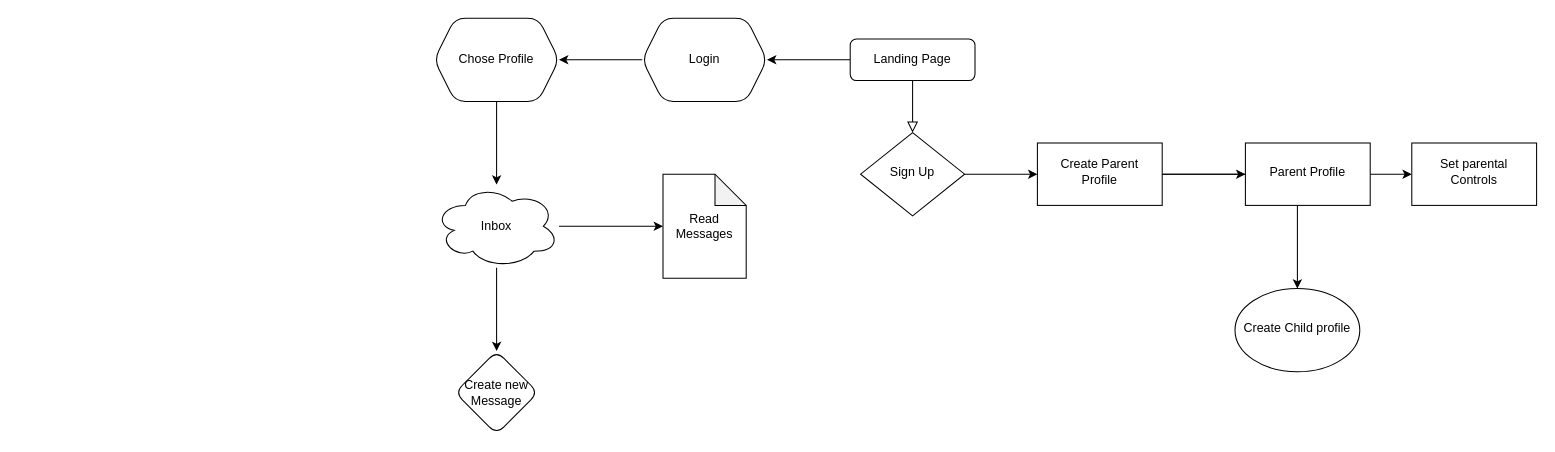
The draw.io diagram Untitled Diagram.drawio in Samicap/Final-Project, before the edit. Source tidied: cells renumbered, new cells numbered last; positions are measured from the earlier drawing's top-left corner, leaving out a move shared by most shapes. Both pictures are drawn from the tidied source at 104%, with x=0, y=0 at pixel (434, 18).
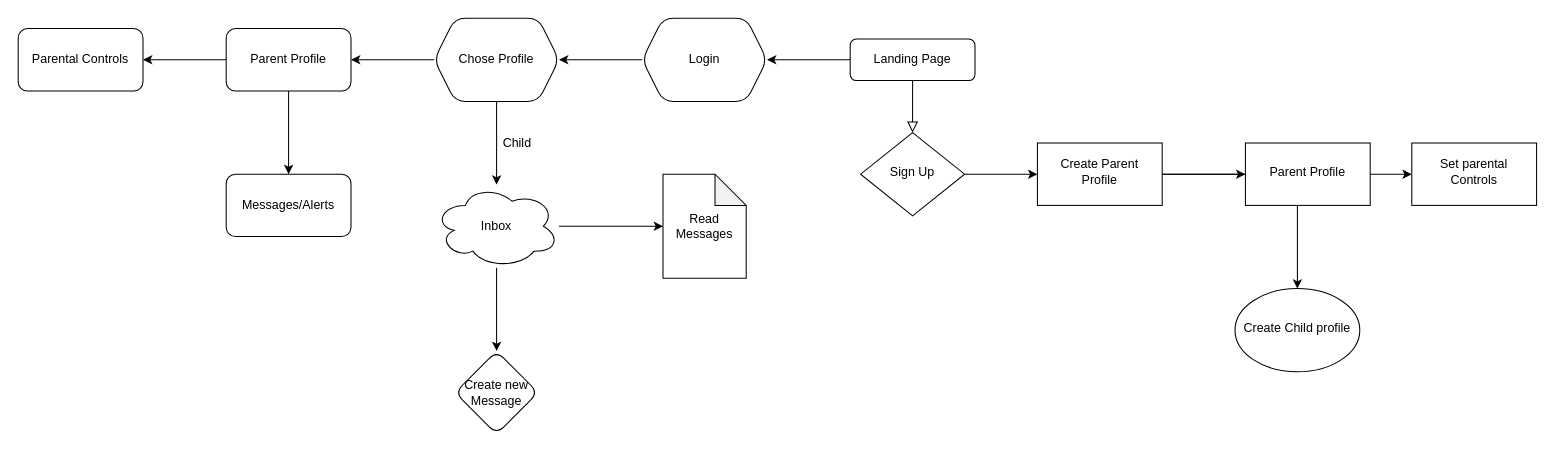
The same page after the edit.

Commit message:
Updated login parent profile path

The change refers to these unchanged cells:
```xml
<mxCell id="15" value="Chose Profile" style="shape=hexagon;perimeter=hexagonPerimeter2;whiteSpace=wrap;html=1;fixedSize=1;rounded=1;shadow=0;strokeWidth=1;glass=0;" parent="1" vertex="1">
  <mxGeometry width="120" height="80" as="geometry" />
</mxCell>
```

Diff of the diagram source:
```diff
@@
+    <mxCell id="23" style="edgeStyle=orthogonalEdgeStyle;rounded=0;jettySize=auto;html=1;" parent="1" edge="1" source="15" target="27">
+      <mxGeometry relative="1" as="geometry" />
+    </mxCell>
@@
+    <mxCell id="24" value="Child" style="text;html=1;strokeColor=none;fillColor=none;align=center;verticalAlign=middle;whiteSpace=wrap;rounded=0;" parent="1" vertex="1">
+      <mxGeometry x="60" y="110" width="40" height="20" as="geometry" />
+    </mxCell>
+    <mxCell id="25" style="edgeStyle=orthogonalEdgeStyle;rounded=0;jettySize=auto;html=1;" parent="1" edge="1" source="27" target="28">
+      <mxGeometry relative="1" as="geometry" />
+    </mxCell>
+    <mxCell id="26" style="edgeStyle=orthogonalEdgeStyle;rounded=0;jettySize=auto;html=1;" parent="1" edge="1" source="27" target="29">
+      <mxGeometry relative="1" as="geometry" />
+    </mxCell>
+    <mxCell id="27" value="Parent Profile" style="whiteSpace=wrap;html=1;rounded=1;shadow=0;strokeWidth=1;glass=0;" parent="1" vertex="1">
+      <mxGeometry x="-200" y="10" width="120" height="60" as="geometry" />
+    </mxCell>
+    <mxCell id="28" value="Parental Controls" style="whiteSpace=wrap;html=1;rounded=1;shadow=0;strokeWidth=1;glass=0;" parent="1" vertex="1">
+      <mxGeometry x="-400" y="10" width="120" height="60" as="geometry" />
+    </mxCell>
+    <mxCell id="29" value="Messages/Alerts" style="whiteSpace=wrap;html=1;rounded=1;shadow=0;strokeWidth=1;glass=0;" parent="1" vertex="1">
+      <mxGeometry x="-200" y="150" width="120" height="60" as="geometry" />
+    </mxCell>
```
